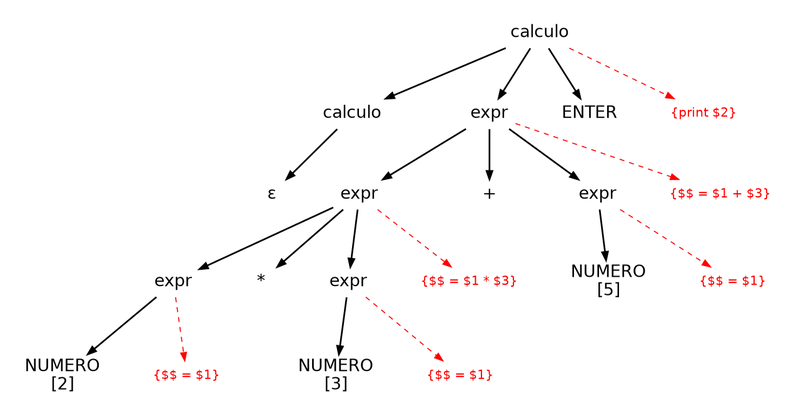
The Graphviz diagram chapters/images/ilustra-dot/arvore-expressao.png in luizedsilva/Livro-LTC, before a commit. Its source is kept beside it as chapters/images/ilustra-dot/arvore-expressao.dot. The source it was exported from:
```dot
digraph ArvoreSintatica {
    graph [
        rankdir=TB,
        bgcolor="white",
        pad=0.3,
        nodesep=0.65,
        ranksep=0.85,
        splines=polyline
    ];

    node [
        shape=plaintext,
        fontname="Helvetica",
        fontsize=20
    ];

    edge [
        color="black",
        penwidth=2
    ];

    L [label="calculo"];

    L0 [label="calculo"];
    E0 [label="expr"];
    n  [label="ENTER"];

    L -> L0;
    L -> E0;
    L -> n;

    vazio [label = "ε"]

    L0 -> vazio

    a1 [
        label="{print $2}",
        fontcolor="red",
        fontsize=15
    ];
    L -> a1 [
        color="red",
        penwidth=1.2,
        style=dashed,

    ];

    E1 [label="expr"];
    mult [label="+"];
    E2 [label="expr"];

    E0 -> E1;
    E0 -> mult;
    E0 -> E2;

    a2 [
        label="{$$ = $1 + $3}",
        fontcolor="red",
        fontsize=15
    ];
    E0 -> a2 [
        color="red",
        penwidth=1.2,
        style=dashed,

    ];

    E3 [label="expr"];
    plus [label="*"];
    E4 [label="expr"];

    E1 -> E3;
    E1 -> plus;
    E1 -> E4;

    a3 [
        label="{$$ = $1 * $3}",
        fontcolor="red",
        fontsize=15
    ];
    E1 -> a3 [
        color="red",
        penwidth=1.2,
        style=dashed,

    ];

    num1 [label="NUMERO\n[2]"];
    E3 -> num1;

    a4 [
        label="{$$ = $1}",
        fontcolor="red",
        fontsize=15
    ];
    E3 -> a4 [
        color="red",
        penwidth=1.2,
        style=dashed,

    ];

    num2 [label="NUMERO\n[3]"];
    E4 -> num2;

    a5 [
        label="{$$ = $1}",
        fontcolor="red",
        fontsize=15
    ];
    E4 -> a5 [
        color="red",
        penwidth=1.2,
        style=dashed,

    ];

    num3 [label="NUMERO\n[5]"];
    E2 -> num3;

    a6 [
        label="{$$ = $1}",
        fontcolor="red",
        fontsize=15
    ];
    E2 -> a6 [
        color="red",
        penwidth=1.2,
        style=dashed,

    ];
}
```
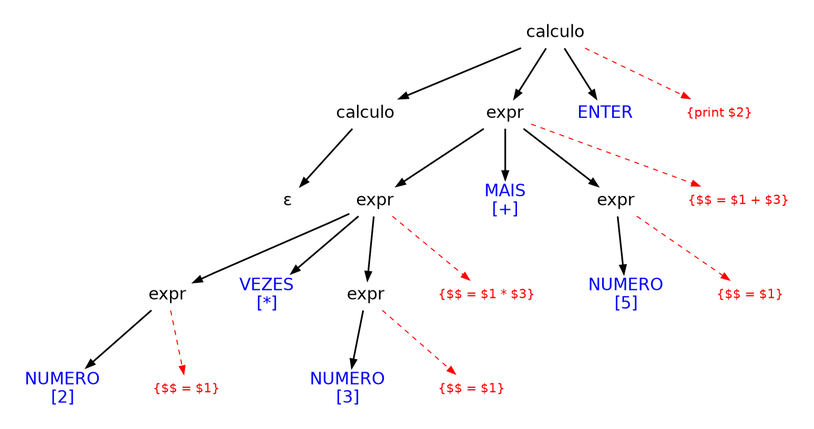
The same diagram one commit later.

Change to the diagram source:
```diff
@@ -23,7 +23,7 @@
 
     L0 [label="calculo"];
     E0 [label="expr"];
-    n  [label="ENTER"];
+    n  [label="ENTER" fontcolor=blue];
 
     L -> L0;
     L -> E0;
@@ -46,11 +46,11 @@
     ];
 
     E1 [label="expr"];
-    mult [label="+"];
+    plus [label="MAIS\n[+]" fontcolor=blue];
     E2 [label="expr"];
 
     E0 -> E1;
-    E0 -> mult;
+    E0 -> plus;
     E0 -> E2;
 
     a2 [
@@ -66,11 +66,11 @@
     ];
 
     E3 [label="expr"];
-    plus [label="*"];
+    mult [label="VEZES\n[*]" fontcolor=blue];
     E4 [label="expr"];
 
     E1 -> E3;
-    E1 -> plus;
+    E1 -> mult;
     E1 -> E4;
 
     a3 [
@@ -85,7 +85,7 @@
 
     ];
 
-    num1 [label="NUMERO\n[2]"];
+    num1 [label="NUMERO\n[2]" fontcolor=blue];
     E3 -> num1;
 
     a4 [
@@ -100,7 +100,7 @@
 
     ];
 
-    num2 [label="NUMERO\n[3]"];
+    num2 [label="NUMERO\n[3]" fontcolor=blue];
     E4 -> num2;
 
     a5 [
@@ -115,7 +115,7 @@
 
     ];
 
-    num3 [label="NUMERO\n[5]"];
+    num3 [label="NUMERO\n[5]" fontcolor=blue];
     E2 -> num3;
 
     a6 [
```
